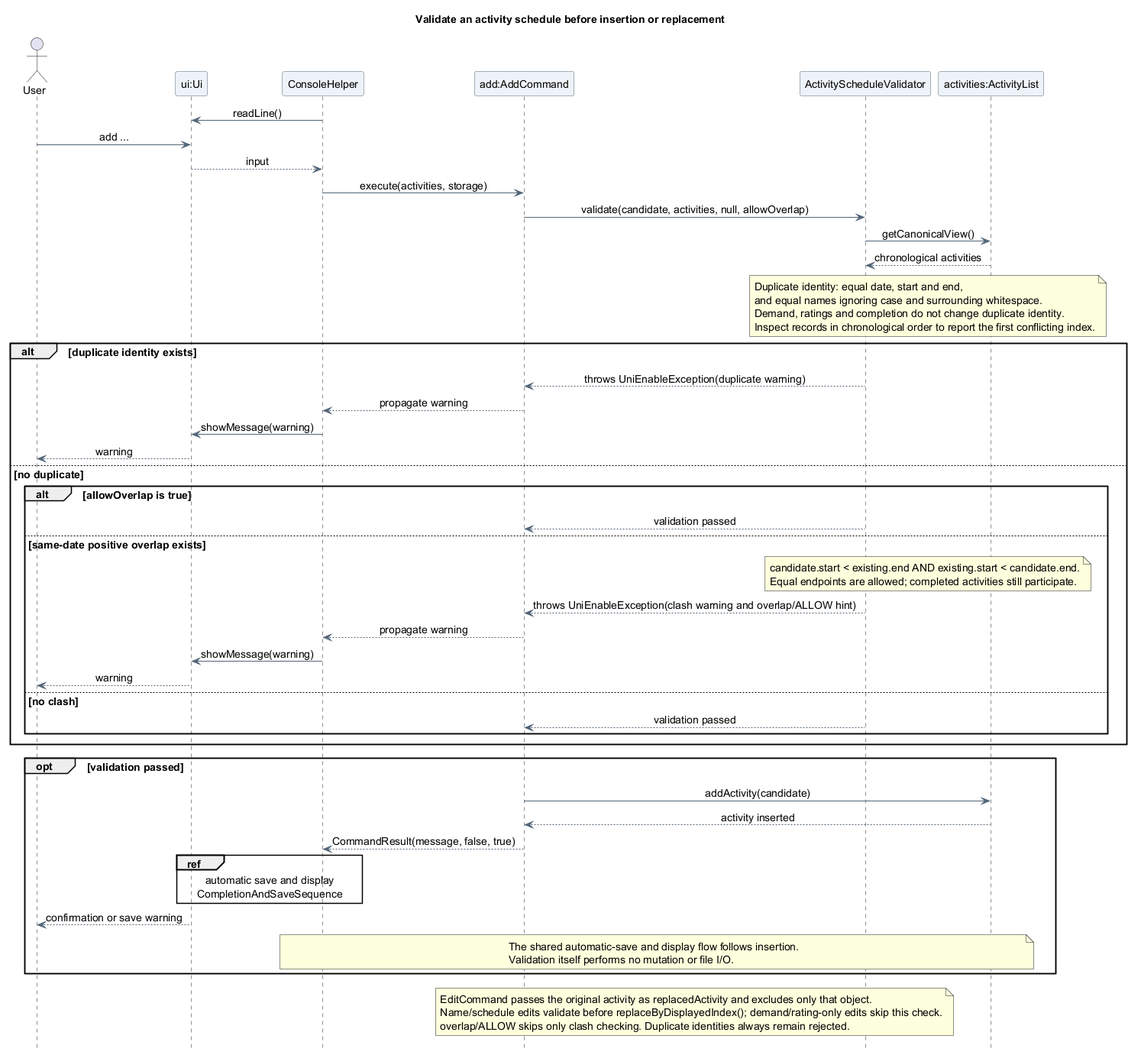
Before: docs/images/atharva/sequence/ActivityScheduleValidationSequence.png, a diagram exported from PlantUML (AY2627S1-CS2113-T10-4/tp).
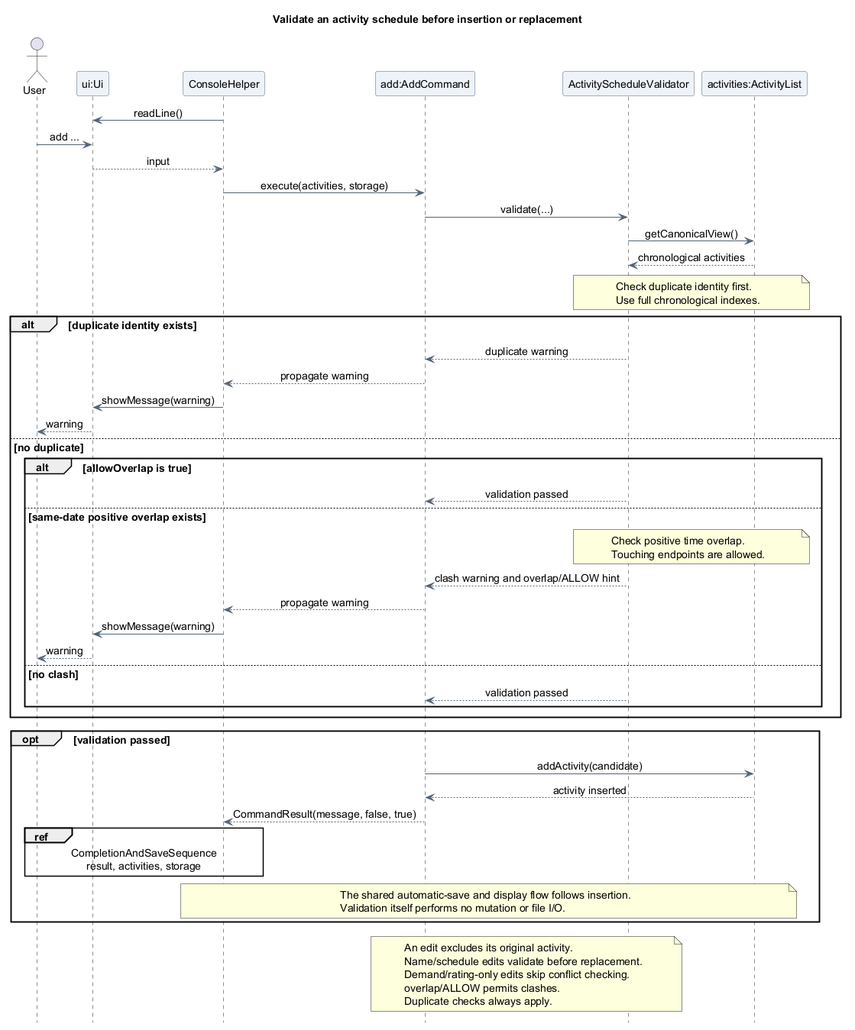
Later version of the same file.

What changed in the source:
```diff
@@ -22,18 +22,16 @@
 UI --> Console : input
 
 Console -> Add : execute(activities, storage)
-Add -> Validator : validate(candidate, activities, null, allowOverlap)
+Add -> Validator : validate(...)
 Validator -> Activities : getCanonicalView()
 Activities --> Validator : chronological activities
 note over Validator, Activities
-  Duplicate identity: equal date, start and end,
-  and equal names ignoring case and surrounding whitespace.
-  Demand, ratings and completion do not change duplicate identity.
-  Inspect records in chronological order to report the first conflicting index.
+  Check duplicate identity first.
+  Use full chronological indexes.
 end note
 
 alt duplicate identity exists
-  Validator --> Add : throws UniEnableException(duplicate warning)
+  Validator --> Add : duplicate warning
   Add --> Console : propagate warning
   Console -> UI : showMessage(warning)
   UI --> User : warning
@@ -42,10 +40,10 @@
     Validator --> Add : validation passed
   else same-date positive overlap exists
     note over Validator, Activities
-      candidate.start < existing.end AND existing.start < candidate.end.
-      Equal endpoints are allowed; completed activities still participate.
+      Check positive time overlap.
+      Touching endpoints are allowed.
     end note
-    Validator --> Add : throws UniEnableException(clash warning and overlap/ALLOW hint)
+    Validator --> Add : clash warning and overlap/ALLOW hint
     Add --> Console : propagate warning
     Console -> UI : showMessage(warning)
     UI --> User : warning
@@ -58,11 +56,10 @@
   Add -> Activities : addActivity(candidate)
   Activities --> Add : activity inserted
   Add --> Console : CommandResult(message, false, true)
-  ref over Console, UI
-  automatic save and display
+  ref over User, Console
   CompletionAndSaveSequence
+  result, activities, storage
 end ref
-  UI --> User : confirmation or save warning
   note over Console, Activities
     The shared automatic-save and display flow follows insertion.
     Validation itself performs no mutation or file I/O.
@@ -70,8 +67,10 @@
 end
 
 note over Add, Validator
-  EditCommand passes the original activity as replacedActivity and excludes only that object.
-  Name/schedule edits validate before replaceByDisplayedIndex(); demand/rating-only edits skip this check.
-  overlap/ALLOW skips only clash checking. Duplicate identities always remain rejected.
+  An edit excludes its original activity.
+  Name/schedule edits validate before replacement.
+  Demand/rating-only edits skip conflict checking.
+  overlap/ALLOW permits clashes.
+  Duplicate checks always apply.
 end note
 @enduml
```
